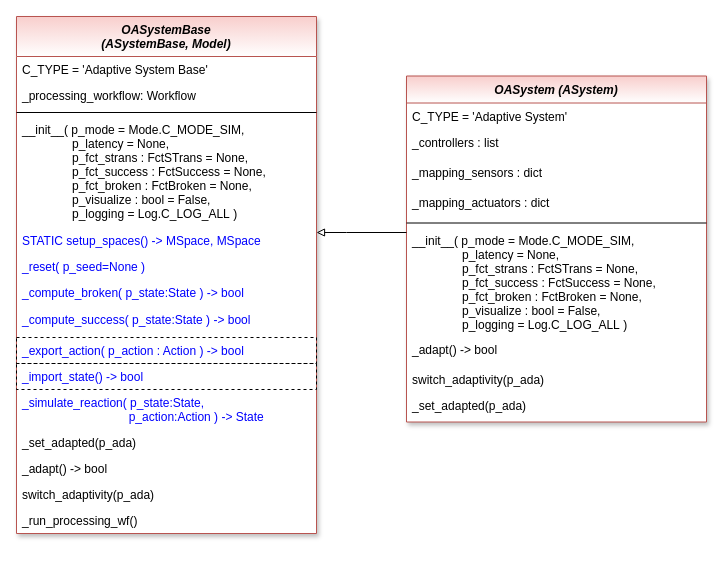
The draw.io diagram doc/rtd/content/04_appendices/appendix2/sub/core/images/oa/MLPro-OA-Systems_OASystems.drawio in fhswf/MLPro, before the edit. Source tidied: cells renumbered, new cells numbered last; positions are measured from the earlier drawing's top-left corner, leaving out a move shared by most shapes. Both pictures are drawn from the tidied source at 100%, with x=0, y=0 at pixel (16, 16).
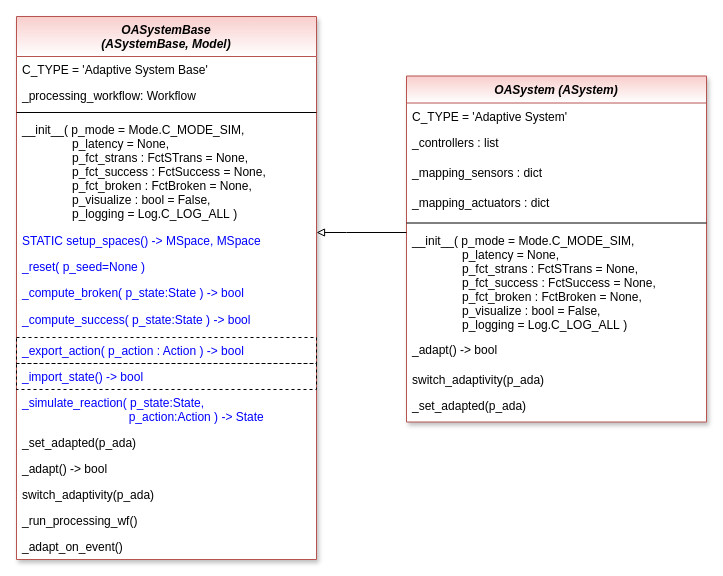
The same diagram, later.

Commit message:
adaptive systems, oa systems

The edit, as a diff of the source:
```diff
@@
     <mxCell id="2" value="OASystemBase&#10;(ASystemBase, Model)" style="swimlane;fontStyle=3;align=center;verticalAlign=top;horizontal=1;startSize=40;rounded=0;shadow=1;strokeWidth=1;fillColor=#f8cecc;strokeColor=#b85450;swimlaneFillColor=#ffffff;gradientColor=#FFFFFF;" parent="1" vertex="1">
-      <mxGeometry width="300" height="517" as="geometry" />
+      <mxGeometry width="300" height="543" as="geometry" />
     </mxCell>
@@
+    <mxCell id="29" value="_adapt_on_event()" style="text;align=left;verticalAlign=top;spacingLeft=4;spacingRight=4;overflow=hidden;fontColor=default;" parent="2" vertex="1">
+      <mxGeometry y="517" width="300" height="26" as="geometry" />
+    </mxCell>
```
